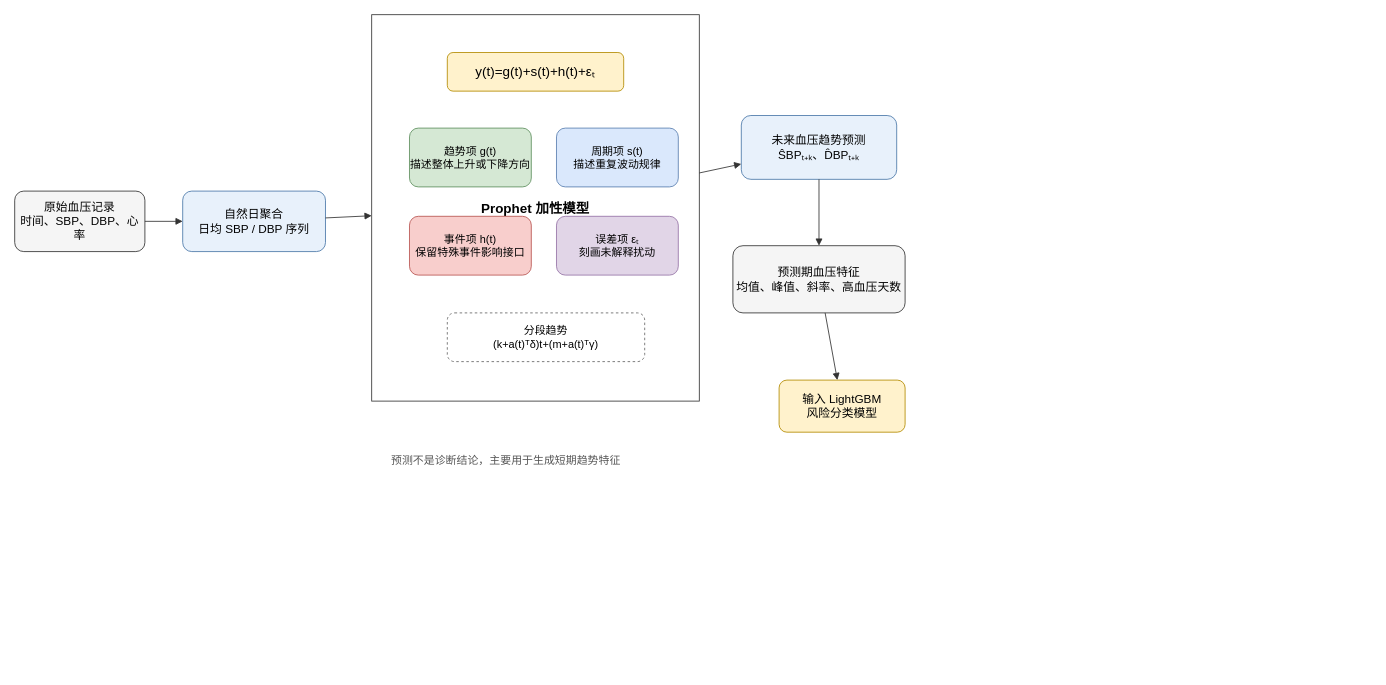
This is lunwen-doc/论文写作材料/thesis-assets/diagrams/figure-2-1-prophet-principle.drawio from dylancao9527/HPS, a draw.io file, before an edit. Source tidied: cells renumbered, new cells numbered last; positions are measured from the earlier drawing's top-left corner, leaving out a move shared by most shapes. Both pictures are drawn from the tidied source at 84%, with x=0, y=0 at pixel (14, 14).
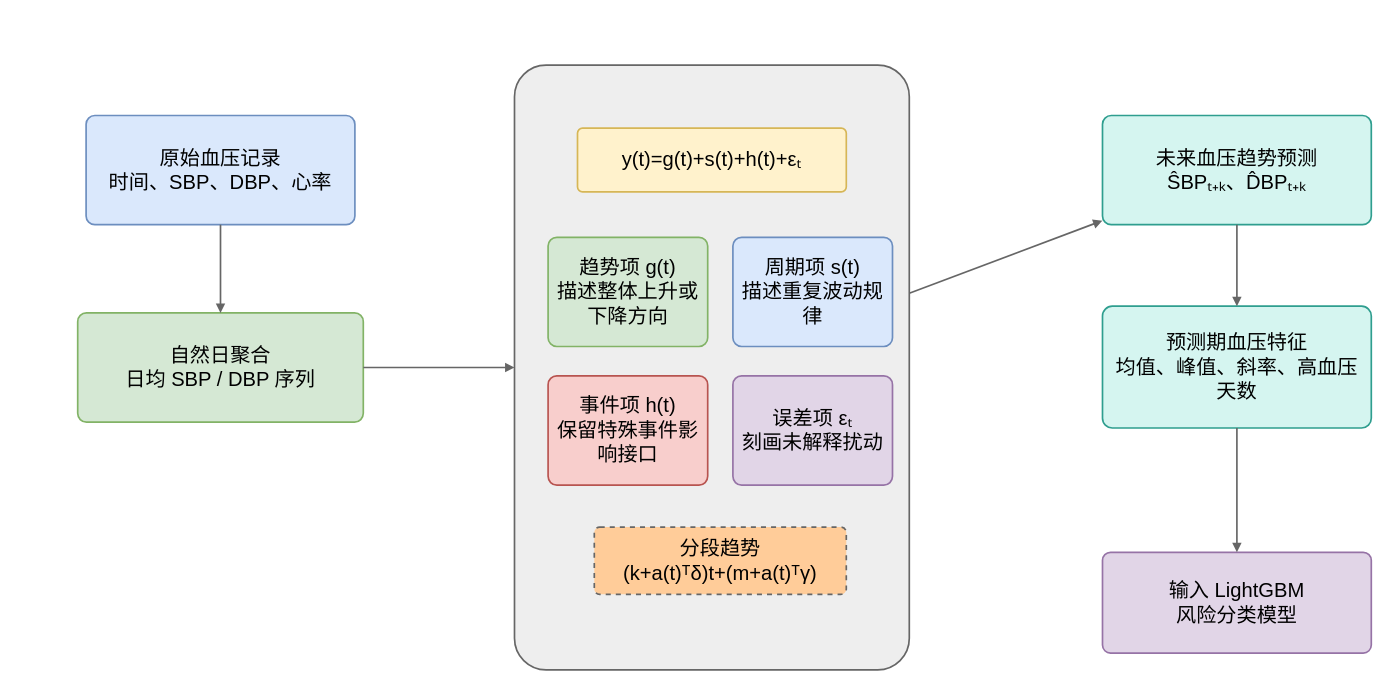
Above is the later version.

Diff of the diagram source:
```diff
@@
 <mxGraphModel>
   <root>
     <mxCell id="0" />
     <mxCell id="1" parent="0" />
-    <mxCell id="2" value="原始血压记录&#10;时间、SBP、DBP、心率" style="rounded=1;whiteSpace=wrap;html=1;fillColor=#f5f5f5;strokeColor=#333333;fontFamily=Microsoft YaHei;fontSize=14;" parent="1" vertex="1">
-      <mxGeometry y="210" width="155" height="72" as="geometry" />
+    <mxCell id="2" value="原始血压记录&#10;时间、SBP、DBP、心率" style="rounded=1;arcSize=8;fillColor=#dae8fc;strokeColor=#6c8ebf;strokeWidth=2;whiteSpace=wrap;html=1;fontFamily=Microsoft YaHei;fontSize=24;align=center;verticalAlign=middle;spacing=12;spacingTop=8;spacingBottom=8;" parent="1" vertex="1">
+      <mxGeometry x="85" y="120" width="320" height="130" as="geometry" />
     </mxCell>
-    <mxCell id="3" value="自然日聚合&#10;日均 SBP / DBP 序列" style="rounded=1;whiteSpace=wrap;html=1;fillColor=#e8f1fb;strokeColor=#4b78a8;fontFamily=Microsoft YaHei;fontSize=14;" parent="1" vertex="1">
-      <mxGeometry x="200" y="210" width="170" height="72" as="geometry" />
+    <mxCell id="3" value="自然日聚合&#10;日均 SBP / DBP 序列" style="rounded=1;arcSize=8;fillColor=#d5e8d4;strokeColor=#82b366;strokeWidth=2;whiteSpace=wrap;html=1;fontFamily=Microsoft YaHei;fontSize=24;align=center;verticalAlign=middle;spacing=12;spacingTop=8;spacingBottom=8;" parent="1" vertex="1">
+      <mxGeometry x="75" y="355" width="340" height="130" as="geometry" />
     </mxCell>
-    <mxCell id="4" value="Prophet 加性模型" style="rounded=0;whiteSpace=wrap;html=1;fillColor=#ffffff;strokeColor=#333333;fontStyle=1;fontFamily=Microsoft YaHei;fontSize=16;" parent="1" vertex="1">
-      <mxGeometry x="425" width="390" height="460" as="geometry" />
-    </mxCell>
+    <mxCell id="20" style="rounded=1;arcSize=8;fillColor=#eeeeee;strokeColor=#666666;strokeWidth=2;whiteSpace=wrap;html=1;fontFamily=Microsoft YaHei;fontSize=24;align=center;verticalAlign=middle;spacing=12;spacingTop=8;spacingBottom=8;fontStyle=1;" parent="1" vertex="1">
+      <mxGeometry x="595" y="60" width="470" height="720" as="geometry" />
+    </mxCell>
-    <mxCell id="5" value="y(t)=g(t)+s(t)+h(t)+εₜ" style="rounded=1;whiteSpace=wrap;html=1;fillColor=#fff2cc;strokeColor=#b38b00;fontFamily=Cambria Math;fontSize=16;" parent="1" vertex="1">
-      <mxGeometry x="515" y="45" width="210" height="46" as="geometry" />
+    <mxCell id="5" value="y(t)=g(t)+s(t)+h(t)+εₜ" style="rounded=1;arcSize=8;fillColor=#fff2cc;strokeColor=#d6b656;strokeWidth=2;fontFamily=Cambria Math;whiteSpace=wrap;html=1;fontFamily=Microsoft YaHei;fontSize=24;align=center;verticalAlign=middle;spacing=12;spacingTop=8;spacingBottom=8;" parent="1" vertex="1">
+      <mxGeometry x="670" y="135" width="320" height="76" as="geometry" />
     </mxCell>
-    <mxCell id="6" value="趋势项 g(t)&#10;描述整体上升或下降方向" style="rounded=1;whiteSpace=wrap;html=1;fillColor=#d5e8d4;strokeColor=#5f8f5f;fontFamily=Microsoft YaHei;fontSize=13;" parent="1" vertex="1">
-      <mxGeometry x="470" y="135" width="145" height="70" as="geometry" />
+    <mxCell id="6" value="趋势项 g(t)&#10;描述整体上升或下降方向" style="rounded=1;arcSize=8;fillColor=#d5e8d4;strokeColor=#82b366;strokeWidth=2;whiteSpace=wrap;html=1;fontFamily=Microsoft YaHei;fontSize=24;align=center;verticalAlign=middle;spacing=12;spacingTop=8;spacingBottom=8;" parent="1" vertex="1">
+      <mxGeometry x="635" y="265" width="190" height="130" as="geometry" />
     </mxCell>
-    <mxCell id="7" value="周期项 s(t)&#10;描述重复波动规律" style="rounded=1;whiteSpace=wrap;html=1;fillColor=#dae8fc;strokeColor=#5a7fb0;fontFamily=Microsoft YaHei;fontSize=13;" parent="1" vertex="1">
-      <mxGeometry x="645" y="135" width="145" height="70" as="geometry" />
+    <mxCell id="7" value="周期项 s(t)&#10;描述重复波动规律" style="rounded=1;arcSize=8;fillColor=#dae8fc;strokeColor=#6c8ebf;strokeWidth=2;whiteSpace=wrap;html=1;fontFamily=Microsoft YaHei;fontSize=24;align=center;verticalAlign=middle;spacing=12;spacingTop=8;spacingBottom=8;" parent="1" vertex="1">
+      <mxGeometry x="855" y="265" width="190" height="130" as="geometry" />
     </mxCell>
-    <mxCell id="8" value="事件项 h(t)&#10;保留特殊事件影响接口" style="rounded=1;whiteSpace=wrap;html=1;fillColor=#f8cecc;strokeColor=#b85450;fontFamily=Microsoft YaHei;fontSize=13;" parent="1" vertex="1">
-      <mxGeometry x="470" y="240" width="145" height="70" as="geometry" />
+    <mxCell id="8" value="事件项 h(t)&#10;保留特殊事件影响接口" style="rounded=1;arcSize=8;fillColor=#f8cecc;strokeColor=#b85450;strokeWidth=2;whiteSpace=wrap;html=1;fontFamily=Microsoft YaHei;fontSize=24;align=center;verticalAlign=middle;spacing=12;spacingTop=8;spacingBottom=8;" parent="1" vertex="1">
+      <mxGeometry x="635" y="430" width="190" height="130" as="geometry" />
     </mxCell>
-    <mxCell id="9" value="误差项 εₜ&#10;刻画未解释扰动" style="rounded=1;whiteSpace=wrap;html=1;fillColor=#e1d5e7;strokeColor=#9673a6;fontFamily=Microsoft YaHei;fontSize=13;" parent="1" vertex="1">
-      <mxGeometry x="645" y="240" width="145" height="70" as="geometry" />
+    <mxCell id="9" value="误差项 εₜ&#10;刻画未解释扰动" style="rounded=1;arcSize=8;fillColor=#e1d5e7;strokeColor=#9673a6;strokeWidth=2;whiteSpace=wrap;html=1;fontFamily=Microsoft YaHei;fontSize=24;align=center;verticalAlign=middle;spacing=12;spacingTop=8;spacingBottom=8;" parent="1" vertex="1">
+      <mxGeometry x="855" y="430" width="190" height="130" as="geometry" />
     </mxCell>
-    <mxCell id="10" value="分段趋势&#10;(k+a(t)ᵀδ)t+(m+a(t)ᵀγ)" style="rounded=1;whiteSpace=wrap;html=1;fillColor=#ffffff;strokeColor=#666666;dashed=1;fontFamily=Microsoft YaHei;fontSize=13;" parent="1" vertex="1">
-      <mxGeometry x="515" y="355" width="235" height="58" as="geometry" />
+    <mxCell id="10" value="分段趋势&#10;(k+a(t)ᵀδ)t+(m+a(t)ᵀγ)" style="rounded=1;arcSize=8;fillColor=#FFCC99;strokeColor=#666666;strokeWidth=2;dashed=1;whiteSpace=wrap;html=1;fontFamily=Microsoft YaHei;fontSize=24;align=center;verticalAlign=middle;spacing=12;spacingTop=8;spacingBottom=8;" parent="1" vertex="1">
+      <mxGeometry x="690" y="610" width="300" height="80" as="geometry" />
     </mxCell>
-    <mxCell id="11" value="未来血压趋势预测&#10;ŜBPₜ₊ₖ、D̂BPₜ₊ₖ" style="rounded=1;whiteSpace=wrap;html=1;fillColor=#e8f1fb;strokeColor=#4b78a8;fontFamily=Microsoft YaHei;fontSize=14;" parent="1" vertex="1">
-      <mxGeometry x="865" y="120" width="185" height="76" as="geometry" />
+    <mxCell id="11" value="未来血压趋势预测&#10;ŜBPₜ₊ₖ、D̂BPₜ₊ₖ" style="rounded=1;arcSize=8;fillColor=#d5f5f0;strokeColor=#2f9e8f;strokeWidth=2;whiteSpace=wrap;html=1;fontFamily=Microsoft YaHei;fontSize=24;align=center;verticalAlign=middle;spacing=12;spacingTop=8;spacingBottom=8;" parent="1" vertex="1">
+      <mxGeometry x="1295" y="120" width="320" height="130" as="geometry" />
     </mxCell>
-    <mxCell id="12" value="预测期血压特征&#10;均值、峰值、斜率、高血压天数" style="rounded=1;whiteSpace=wrap;html=1;fillColor=#f5f5f5;strokeColor=#333333;fontFamily=Microsoft YaHei;fontSize=14;" parent="1" vertex="1">
-      <mxGeometry x="855" y="275" width="205" height="80" as="geometry" />
+    <mxCell id="12" value="预测期血压特征&#10;均值、峰值、斜率、高血压天数" style="rounded=1;arcSize=8;fillColor=#d5f5f0;strokeColor=#2f9e8f;strokeWidth=2;whiteSpace=wrap;html=1;fontFamily=Microsoft YaHei;fontSize=24;align=center;verticalAlign=middle;spacing=12;spacingTop=8;spacingBottom=8;" parent="1" vertex="1">
+      <mxGeometry x="1295" y="347" width="320" height="145" as="geometry" />
     </mxCell>
-    <mxCell id="13" value="输入 LightGBM&#10;风险分类模型" style="rounded=1;whiteSpace=wrap;html=1;fillColor=#fff2cc;strokeColor=#b38b00;fontFamily=Microsoft YaHei;fontSize=14;" parent="1" vertex="1">
-      <mxGeometry x="910" y="435" width="150" height="62" as="geometry" />
+    <mxCell id="13" value="输入 LightGBM&#10;风险分类模型" style="rounded=1;arcSize=8;fillColor=#e1d5e7;strokeColor=#9673a6;strokeWidth=2;whiteSpace=wrap;html=1;fontFamily=Microsoft YaHei;fontSize=24;align=center;verticalAlign=middle;spacing=12;spacingTop=8;spacingBottom=8;" parent="1" vertex="1">
+      <mxGeometry x="1295" y="640" width="320" height="120" as="geometry" />
     </mxCell>
-    <mxCell id="14" style="endArrow=block;html=1;rounded=0;strokeColor=#333333;" parent="1" edge="1" source="2" target="3">
+    <mxCell id="14" style="endArrow=block;html=1;rounded=0;strokeWidth=2;strokeColor=#666666;fontFamily=Microsoft YaHei;fontSize=24;labelBackgroundColor=#ffffff;" parent="1" edge="1" source="2" target="3">
       <mxGeometry relative="1" as="geometry" />
     </mxCell>
-    <mxCell id="15" style="endArrow=block;html=1;rounded=0;strokeColor=#333333;" parent="1" edge="1" source="3" target="4">
-      <mxGeometry relative="1" as="geometry" />
-    </mxCell>
-    <mxCell id="16" style="endArrow=block;html=1;rounded=0;strokeColor=#333333;" parent="1" edge="1" source="4" target="11">
-      <mxGeometry relative="1" as="geometry" />
-    </mxCell>
+    <mxCell id="21" style="endArrow=block;html=1;rounded=0;strokeWidth=2;strokeColor=#666666;fontFamily=Microsoft YaHei;fontSize=24;labelBackgroundColor=#ffffff;" parent="1" edge="1" source="3" target="20">
+      <mxGeometry relative="1" as="geometry" />
+    </mxCell>
+    <mxCell id="22" style="endArrow=block;html=1;rounded=0;strokeWidth=2;strokeColor=#666666;fontFamily=Microsoft YaHei;fontSize=24;labelBackgroundColor=#ffffff;" parent="1" edge="1" source="20" target="11">
+      <mxGeometry relative="1" as="geometry" />
+    </mxCell>
-    <mxCell id="17" style="endArrow=block;html=1;rounded=0;strokeColor=#333333;" parent="1" edge="1" source="11" target="12">
+    <mxCell id="17" style="endArrow=block;html=1;rounded=0;strokeWidth=2;strokeColor=#666666;fontFamily=Microsoft YaHei;fontSize=24;labelBackgroundColor=#ffffff;" parent="1" edge="1" source="11" target="12">
       <mxGeometry relative="1" as="geometry" />
     </mxCell>
-    <mxCell id="18" style="endArrow=block;html=1;rounded=0;strokeColor=#333333;" parent="1" edge="1" source="12" target="13">
+    <mxCell id="18" style="endArrow=block;html=1;rounded=0;strokeWidth=2;strokeColor=#666666;fontFamily=Microsoft YaHei;fontSize=24;labelBackgroundColor=#ffffff;" parent="1" edge="1" source="12" target="13">
       <mxGeometry relative="1" as="geometry" />
     </mxCell>
-    <mxCell id="19" value="预测不是诊断结论，主要用于生成短期趋势特征" style="text;html=1;strokeColor=none;fillColor=none;align=center;verticalAlign=middle;whiteSpace=wrap;fontFamily=Microsoft YaHei;fontSize=13;fontColor=#555555;" parent="1" vertex="1">
-      <mxGeometry x="375" y="515" width="420" height="30" as="geometry" />
-    </mxCell>
   </root>
 </mxGraphModel>
```
